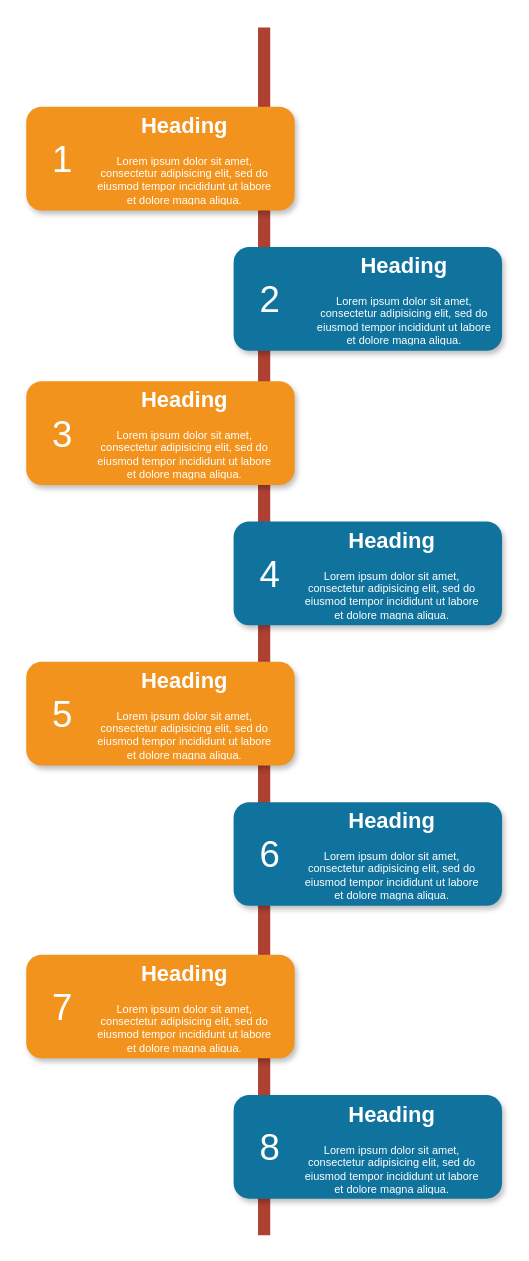
Above: Documents/Reportes de Avance/Untitled Diagram.drawio in mawrer/forex_prediction (draw.io), before the change. Source tidied: cells renumbered, new cells numbered last; positions are measured from the earlier drawing's top-left corner, leaving out a move shared by most shapes. Both pictures are drawn from the tidied source at 122%, with x=0, y=0 at pixel (26, 27).
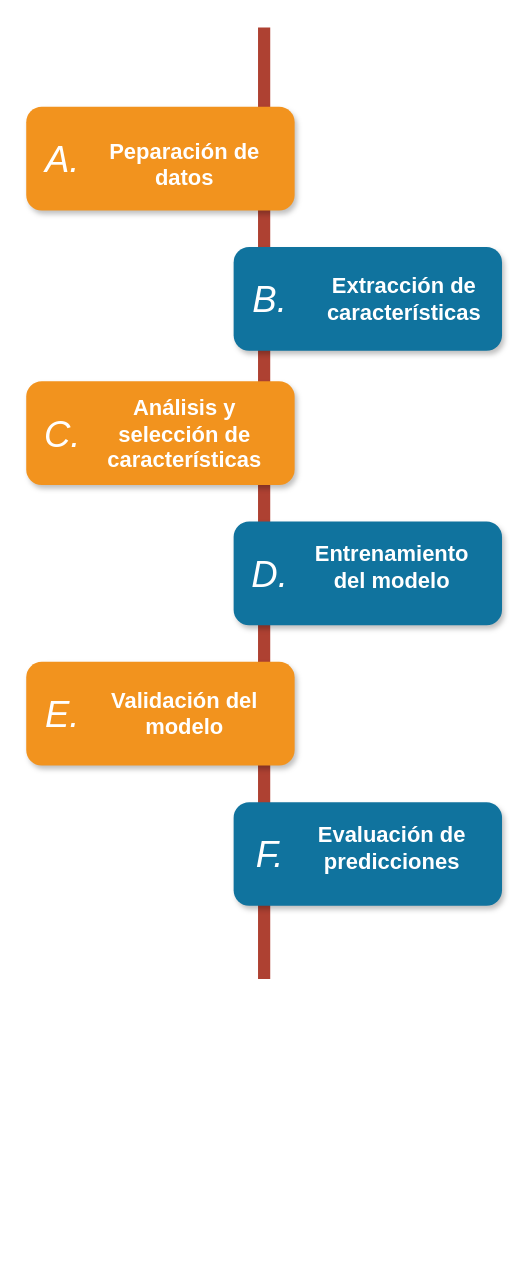
The same diagram, later.

Change to the diagram source:
```diff
@@
     <mxCell id="2" style="line;strokeWidth=10;direction=south;html=1;fillColor=none;fontSize=13;fontColor=#000000;align=center;strokeColor=#AE4132;" parent="1" vertex="1">
-      <mxGeometry x="190" width="10" height="990" as="geometry" />
+      <mxGeometry x="190" width="10" height="780" as="geometry" />
     </mxCell>
@@
-    <mxCell id="4" value="1" style="text;html=1;strokeColor=none;fillColor=none;align=center;verticalAlign=middle;whiteSpace=wrap;fontSize=30;fontColor=#FFFFFF;" parent="1" vertex="1">
+    <mxCell id="4" value="&lt;i&gt;A.&lt;/i&gt;" style="text;html=1;strokeColor=none;fillColor=none;align=center;verticalAlign=middle;whiteSpace=wrap;fontSize=30;fontColor=#FFFFFF;" parent="1" vertex="1">
       <mxGeometry x="10" y="98" width="40" height="20" as="geometry" />
     </mxCell>
@@
-    <mxCell id="6" value="2" style="text;html=1;strokeColor=none;fillColor=none;align=center;verticalAlign=middle;whiteSpace=wrap;fontSize=30;fontColor=#FFFFFF;" parent="1" vertex="1">
+    <mxCell id="6" value="&lt;i&gt;B.&lt;/i&gt;" style="text;html=1;strokeColor=none;fillColor=none;align=center;verticalAlign=middle;whiteSpace=wrap;fontSize=30;fontColor=#FFFFFF;" parent="1" vertex="1">
       <mxGeometry x="180" y="213" width="40" height="20" as="geometry" />
     </mxCell>
@@
-    <mxCell id="8" value="3" style="text;html=1;strokeColor=none;fillColor=none;align=center;verticalAlign=middle;whiteSpace=wrap;fontSize=30;fontColor=#FFFFFF;" parent="1" vertex="1">
+    <mxCell id="8" value="&lt;i&gt;C.&lt;/i&gt;" style="text;html=1;strokeColor=none;fillColor=none;align=center;verticalAlign=middle;whiteSpace=wrap;fontSize=30;fontColor=#FFFFFF;" parent="1" vertex="1">
       <mxGeometry x="10" y="323" width="40" height="20" as="geometry" />
     </mxCell>
@@
-    <mxCell id="10" value="4" style="text;html=1;strokeColor=none;fillColor=none;align=center;verticalAlign=middle;whiteSpace=wrap;fontSize=30;fontColor=#FFFFFF;" parent="1" vertex="1">
+    <mxCell id="10" value="&lt;i&gt;D.&lt;/i&gt;" style="text;html=1;strokeColor=none;fillColor=none;align=center;verticalAlign=middle;whiteSpace=wrap;fontSize=30;fontColor=#FFFFFF;" parent="1" vertex="1">
       <mxGeometry x="180" y="438" width="40" height="20" as="geometry" />
     </mxCell>
@@
-    <mxCell id="12" value="5" style="text;html=1;strokeColor=none;fillColor=none;align=center;verticalAlign=middle;whiteSpace=wrap;fontSize=30;fontColor=#FFFFFF;" parent="1" vertex="1">
+    <mxCell id="12" value="&lt;i&gt;E.&lt;/i&gt;" style="text;html=1;strokeColor=none;fillColor=none;align=center;verticalAlign=middle;whiteSpace=wrap;fontSize=30;fontColor=#FFFFFF;" parent="1" vertex="1">
       <mxGeometry x="10" y="553" width="40" height="20" as="geometry" />
     </mxCell>
@@
-    <mxCell id="14" value="6" style="text;html=1;strokeColor=none;fillColor=none;align=center;verticalAlign=middle;whiteSpace=wrap;fontSize=30;fontColor=#FFFFFF;" parent="1" vertex="1">
+    <mxCell id="14" value="&lt;i&gt;F.&lt;/i&gt;" style="text;html=1;strokeColor=none;fillColor=none;align=center;verticalAlign=middle;whiteSpace=wrap;fontSize=30;fontColor=#FFFFFF;" parent="1" vertex="1">
       <mxGeometry x="180" y="668" width="40" height="20" as="geometry" />
     </mxCell>
-    <mxCell id="15" style="rounded=1;whiteSpace=wrap;html=1;strokeColor=none;strokeWidth=1;fillColor=#F2931E;fontSize=13;fontColor=#FFFFFF;align=center;gradientColor=none;gradientDirection=east;verticalAlign=top;shadow=1;" parent="1" vertex="1">
-      <mxGeometry y="760" width="220" height="85" as="geometry" />
-    </mxCell>
-    <mxCell id="16" value="7" style="text;html=1;strokeColor=none;fillColor=none;align=center;verticalAlign=middle;whiteSpace=wrap;fontSize=30;fontColor=#FFFFFF;" parent="1" vertex="1">
-      <mxGeometry x="10" y="793" width="40" height="20" as="geometry" />
-    </mxCell>
-    <mxCell id="17" style="rounded=1;whiteSpace=wrap;html=1;strokeColor=none;strokeWidth=1;fillColor=#10739E;fontSize=13;fontColor=#FFFFFF;align=center;gradientColor=none;gradientDirection=east;verticalAlign=top;shadow=1;" parent="1" vertex="1">
-      <mxGeometry x="170" y="875" width="220" height="85" as="geometry" />
-    </mxCell>
-    <mxCell id="18" value="8" style="text;html=1;strokeColor=none;fillColor=none;align=center;verticalAlign=middle;whiteSpace=wrap;fontSize=30;fontColor=#FFFFFF;" parent="1" vertex="1">
-      <mxGeometry x="180" y="908" width="40" height="20" as="geometry" />
-    </mxCell>
-    <mxCell id="19" value="&lt;h1&gt;Heading&lt;/h1&gt;&lt;p&gt;Lorem ipsum dolor sit amet, consectetur adipisicing elit, sed do eiusmod tempor incididunt ut labore et dolore magna aliqua.&lt;/p&gt;" style="text;html=1;spacing=5;spacingTop=-20;whiteSpace=wrap;overflow=hidden;strokeColor=none;strokeWidth=4;fillColor=none;gradientColor=#007FFF;fontSize=9;fontColor=#FFFFFF;align=center;" parent="1" vertex="1">
-      <mxGeometry x="50" y="69" width="160" height="77" as="geometry" />
+    <mxCell id="19" value="&lt;h1&gt;Peparación de datos&lt;/h1&gt;" style="text;html=1;spacing=5;spacingTop=-20;whiteSpace=wrap;overflow=hidden;strokeColor=none;strokeWidth=4;fillColor=none;gradientColor=#007FFF;fontSize=9;fontColor=#FFFFFF;align=center;" parent="1" vertex="1">
+      <mxGeometry x="50" y="90" width="160" height="56" as="geometry" />
     </mxCell>
-    <mxCell id="20" value="&lt;h1&gt;Heading&lt;/h1&gt;&lt;p&gt;Lorem ipsum dolor sit amet, consectetur adipisicing elit, sed do eiusmod tempor incididunt ut labore et dolore magna aliqua.&lt;/p&gt;" style="text;html=1;spacing=5;spacingTop=-20;whiteSpace=wrap;overflow=hidden;strokeColor=none;strokeWidth=4;fillColor=none;gradientColor=#007FFF;fontSize=9;fontColor=#FFFFFF;align=center;" parent="1" vertex="1">
-      <mxGeometry x="230" y="184" width="160" height="77" as="geometry" />
+    <mxCell id="20" value="&lt;h1&gt;Extracción de características&lt;/h1&gt;" style="text;html=1;spacing=5;spacingTop=-20;whiteSpace=wrap;overflow=hidden;strokeColor=none;strokeWidth=4;fillColor=none;gradientColor=#007FFF;fontSize=9;fontColor=#FFFFFF;align=center;" parent="1" vertex="1">
+      <mxGeometry x="230" y="200" width="160" height="61" as="geometry" />
     </mxCell>
-    <mxCell id="21" value="&lt;h1&gt;Heading&lt;/h1&gt;&lt;p&gt;Lorem ipsum dolor sit amet, consectetur adipisicing elit, sed do eiusmod tempor incididunt ut labore et dolore magna aliqua.&lt;/p&gt;" style="text;html=1;spacing=5;spacingTop=-20;whiteSpace=wrap;overflow=hidden;strokeColor=none;strokeWidth=4;fillColor=none;gradientColor=#007FFF;fontSize=9;fontColor=#FFFFFF;align=center;" parent="1" vertex="1">
-      <mxGeometry x="50" y="294" width="160" height="77" as="geometry" />
+    <mxCell id="21" value="&lt;h1&gt;Análisis y selección de características&lt;/h1&gt;" style="text;html=1;spacing=5;spacingTop=-20;whiteSpace=wrap;overflow=hidden;strokeColor=none;strokeWidth=4;fillColor=none;gradientColor=#007FFF;fontSize=9;fontColor=#FFFFFF;align=center;" parent="1" vertex="1">
+      <mxGeometry x="50" y="300" width="160" height="71" as="geometry" />
     </mxCell>
-    <mxCell id="22" value="&lt;h1&gt;Heading&lt;/h1&gt;&lt;p&gt;Lorem ipsum dolor sit amet, consectetur adipisicing elit, sed do eiusmod tempor incididunt ut labore et dolore magna aliqua.&lt;/p&gt;" style="text;html=1;spacing=5;spacingTop=-20;whiteSpace=wrap;overflow=hidden;strokeColor=none;strokeWidth=4;fillColor=none;gradientColor=#007FFF;fontSize=9;fontColor=#FFFFFF;align=center;" parent="1" vertex="1">
-      <mxGeometry x="220" y="409" width="160" height="77" as="geometry" />
+    <mxCell id="22" value="&lt;h1&gt;Entrenamiento del modelo&lt;/h1&gt;" style="text;html=1;spacing=5;spacingTop=-20;whiteSpace=wrap;overflow=hidden;strokeColor=none;strokeWidth=4;fillColor=none;gradientColor=#007FFF;fontSize=9;fontColor=#FFFFFF;align=center;" parent="1" vertex="1">
+      <mxGeometry x="220" y="420" width="160" height="66" as="geometry" />
     </mxCell>
-    <mxCell id="23" value="&lt;h1&gt;Heading&lt;/h1&gt;&lt;p&gt;Lorem ipsum dolor sit amet, consectetur adipisicing elit, sed do eiusmod tempor incididunt ut labore et dolore magna aliqua.&lt;/p&gt;" style="text;html=1;spacing=5;spacingTop=-20;whiteSpace=wrap;overflow=hidden;strokeColor=none;strokeWidth=4;fillColor=none;gradientColor=#007FFF;fontSize=9;fontColor=#FFFFFF;align=center;" parent="1" vertex="1">
-      <mxGeometry x="50" y="524" width="160" height="77" as="geometry" />
+    <mxCell id="23" value="&lt;h1&gt;Validación del modelo&lt;/h1&gt;" style="text;html=1;spacing=5;spacingTop=-20;whiteSpace=wrap;overflow=hidden;strokeColor=none;strokeWidth=4;fillColor=none;gradientColor=#007FFF;fontSize=9;fontColor=#FFFFFF;align=center;" parent="1" vertex="1">
+      <mxGeometry x="50" y="540" width="160" height="61" as="geometry" />
     </mxCell>
-    <mxCell id="24" value="&lt;h1&gt;Heading&lt;/h1&gt;&lt;p&gt;Lorem ipsum dolor sit amet, consectetur adipisicing elit, sed do eiusmod tempor incididunt ut labore et dolore magna aliqua.&lt;/p&gt;" style="text;html=1;spacing=5;spacingTop=-20;whiteSpace=wrap;overflow=hidden;strokeColor=none;strokeWidth=4;fillColor=none;gradientColor=#007FFF;fontSize=9;fontColor=#FFFFFF;align=center;" parent="1" vertex="1">
-      <mxGeometry x="220" y="639" width="160" height="77" as="geometry" />
+    <mxCell id="24" value="&lt;h1&gt;Evaluación de predicciones&lt;/h1&gt;" style="text;html=1;spacing=5;spacingTop=-20;whiteSpace=wrap;overflow=hidden;strokeColor=none;strokeWidth=4;fillColor=none;gradientColor=#007FFF;fontSize=9;fontColor=#FFFFFF;align=center;" parent="1" vertex="1">
+      <mxGeometry x="220" y="650" width="160" height="66" as="geometry" />
     </mxCell>
-    <mxCell id="25" value="&lt;h1&gt;Heading&lt;/h1&gt;&lt;p&gt;Lorem ipsum dolor sit amet, consectetur adipisicing elit, sed do eiusmod tempor incididunt ut labore et dolore magna aliqua.&lt;/p&gt;" style="text;html=1;spacing=5;spacingTop=-20;whiteSpace=wrap;overflow=hidden;strokeColor=none;strokeWidth=4;fillColor=none;gradientColor=#007FFF;fontSize=9;fontColor=#FFFFFF;align=center;" parent="1" vertex="1">
-      <mxGeometry x="50" y="764" width="160" height="77" as="geometry" />
-    </mxCell>
-    <mxCell id="26" value="&lt;h1&gt;Heading&lt;/h1&gt;&lt;p&gt;Lorem ipsum dolor sit amet, consectetur adipisicing elit, sed do eiusmod tempor incididunt ut labore et dolore magna aliqua.&lt;/p&gt;" style="text;html=1;spacing=5;spacingTop=-20;whiteSpace=wrap;overflow=hidden;strokeColor=none;strokeWidth=4;fillColor=none;gradientColor=#007FFF;fontSize=9;fontColor=#FFFFFF;align=center;" parent="1" vertex="1">
-      <mxGeometry x="220" y="880" width="160" height="77" as="geometry" />
-    </mxCell>
```
